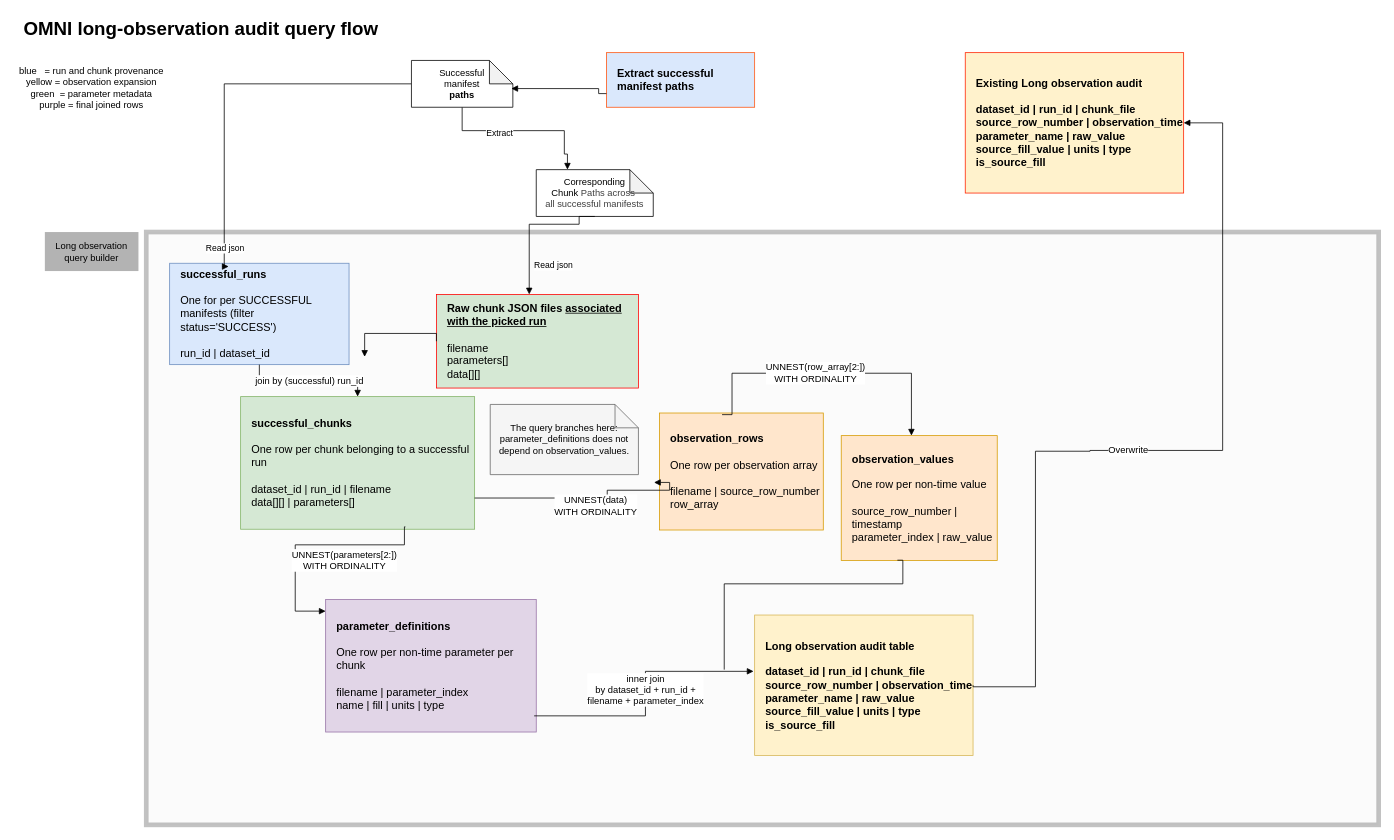
Earlier version of the draw.io diagram page "Rebuild flow" (4 of 8) of specs/omni-preproc.drawio (keithzyyy/space-weather-project). Source tidied: cells renumbered, new cells numbered last; positions are measured from the earlier drawing's top-left corner, leaving out a move shared by most shapes. Both pictures are drawn from the tidied source at 78%, with x=0, y=0 at pixel (13, 13).
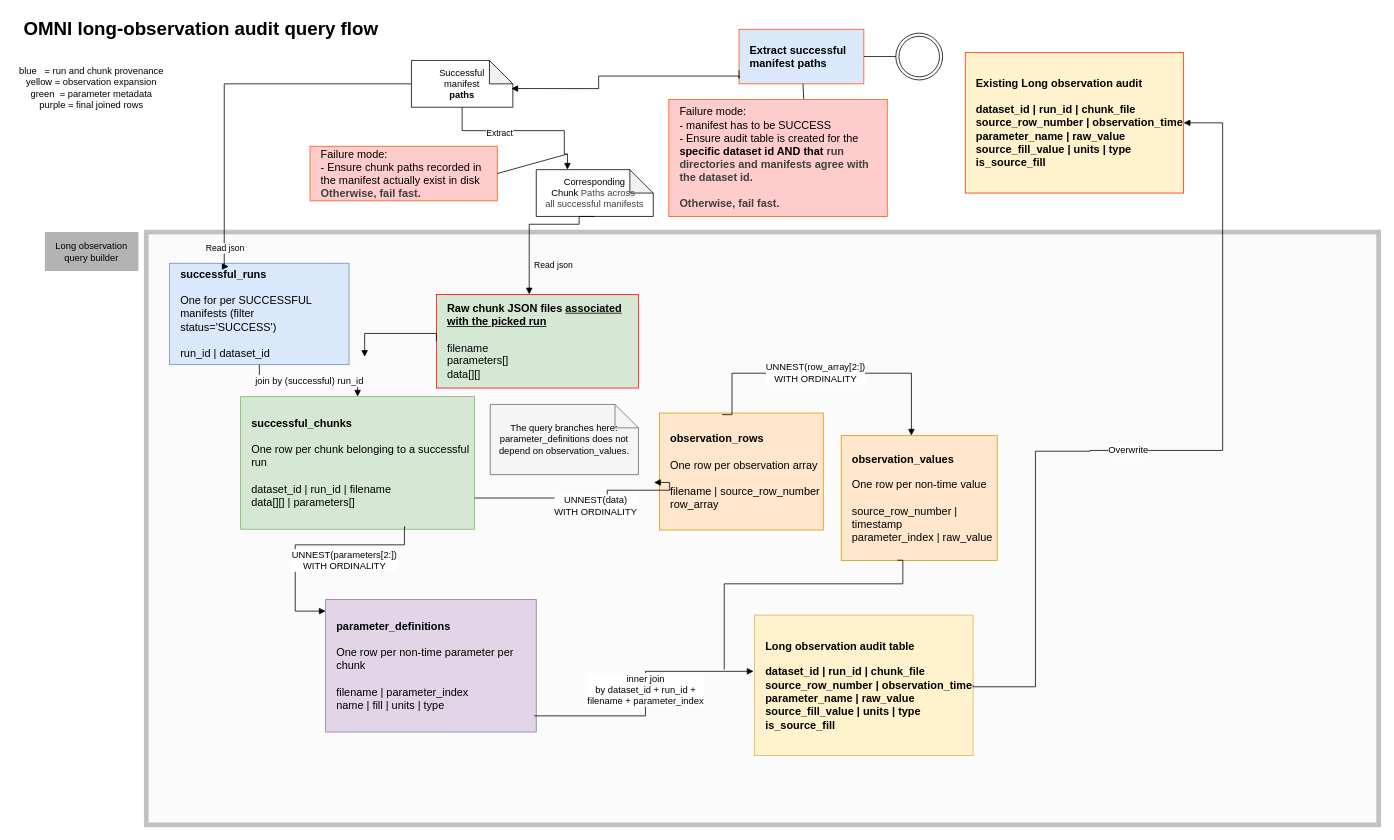
The same diagram, later.

Commit message (it also covers changes not shown here):
feat: add logic to validate dataset id as well as a complete high level diagrammatic flow of omni audit preproc

The change refers to these unchanged cells:
```xml
<mxCell id="31" value="Successful&lt;div&gt;manifest&lt;/div&gt;&lt;div&gt;&lt;b&gt;paths&lt;/b&gt;&lt;/div&gt;" style="shape=note;whiteSpace=wrap;html=1;backgroundOutline=1;darkOpacity=0.05;" parent="1" vertex="1">
  <mxGeometry x="510" y="60" width="130" height="60" as="geometry" />
</mxCell>
```

Change to the diagram source:
```diff
@@
     <mxCell id="4" value="&lt;div&gt;&lt;b&gt;&lt;br&gt;&lt;/b&gt;&lt;/div&gt;&lt;b&gt;&lt;div&gt;&lt;b&gt;&lt;br&gt;&lt;/b&gt;&lt;/div&gt;Extract successful manifest paths&lt;/b&gt;&lt;div&gt;&lt;br&gt;&lt;/div&gt;&lt;div&gt;&lt;br&gt;&lt;/div&gt;" style="rounded=0;whiteSpace=wrap;html=1;fillColor=#DAE8FC;strokeColor=#FF550F;align=left;spacingLeft=12;fontSize=14;shadow=0;" parent="1" vertex="1">
-      <mxGeometry x="760" y="50" width="190" height="70" as="geometry" />
+      <mxGeometry x="930" y="20" width="160" height="70" as="geometry" />
     </mxCell>
@@
     <mxCell id="32" style="edgeStyle=orthogonalEdgeStyle;rounded=0;jettySize=auto;html=1;endArrow=block;endFill=1;fontSize=12;exitX=0;exitY=0.75;exitDx=0;exitDy=0;entryX=0.985;entryY=0.601;entryDx=0;entryDy=0;entryPerimeter=0;" parent="1" edge="1" source="4" target="31">
       <mxGeometry relative="1" as="geometry">
         <Array as="points">
-          <mxPoint x="750" y="103" />
+          <mxPoint x="930" y="83" />
+          <mxPoint x="930" y="80" />
+          <mxPoint x="750" y="80" />
           <mxPoint x="750" y="96" />
         </Array>
       </mxGeometry>
     </mxCell>
+    <mxCell id="33" value="Failure mode:&lt;br&gt;&lt;div&gt;- Ensure chunk paths recorded in the manifest actually exist in disk&lt;/div&gt;&lt;div&gt;&lt;b style=&quot;color: rgb(63, 63, 63); background-color: transparent;&quot;&gt;Otherwise, fail fast.&lt;/b&gt;&lt;/div&gt;" style="rounded=0;whiteSpace=wrap;html=1;fillColor=#FFCCCC;strokeColor=#FF550F;align=left;spacingLeft=12;fontSize=14;shadow=0;" parent="1" vertex="1">
+      <mxGeometry x="380" y="170" width="240" height="70" as="geometry" />
+    </mxCell>
+    <mxCell id="34" style="rounded=0;jettySize=auto;html=1;endArrow=;endFill=1;fontSize=12;entryX=1;entryY=0.5;entryDx=0;entryDy=0;" parent="1" edge="1" target="33">
+      <mxGeometry relative="1" as="geometry">
+        <mxPoint x="710" y="180" as="sourcePoint" />
+      </mxGeometry>
+    </mxCell>
+    <mxCell id="35" style="rounded=0;jettySize=auto;html=1;endArrow=;endFill=1;fontSize=12;entryX=0.619;entryY=0.038;entryDx=0;entryDy=0;entryPerimeter=0;" parent="1" edge="1" source="4" target="36">
+      <mxGeometry relative="1" as="geometry" />
+    </mxCell>
+    <mxCell id="36" value="Failure mode:&lt;div&gt;&lt;font color=&quot;#000000&quot;&gt;- manifest has to be SUCCESS&lt;br&gt;&lt;/font&gt;&lt;div&gt;- Ensure audit table is created for the &lt;b&gt;specific dataset&lt;/b&gt; &lt;b&gt;id AND that&amp;nbsp;&lt;/b&gt;&lt;b style=&quot;color: rgb(63, 63, 63); background-color: transparent;&quot;&gt;run directories and manifests agree with the dataset id.&lt;/b&gt;&lt;/div&gt;&lt;div&gt;&lt;b style=&quot;color: rgb(63, 63, 63); background-color: transparent;&quot;&gt;&lt;br&gt;&lt;/b&gt;&lt;/div&gt;&lt;div&gt;&lt;b style=&quot;color: rgb(63, 63, 63); background-color: transparent;&quot;&gt;Otherwise, fail fast.&lt;/b&gt;&lt;/div&gt;&lt;/div&gt;" style="rounded=0;whiteSpace=wrap;html=1;fillColor=#FFCCCC;strokeColor=#FF550F;align=left;spacingLeft=12;fontSize=14;shadow=0;" parent="1" vertex="1">
+      <mxGeometry x="840" y="110" width="280" height="150" as="geometry" />
+    </mxCell>
+    <mxCell id="37" style="ellipse;shape=doubleEllipse;html=1;dashed=0;whiteSpace=wrap;" parent="1" vertex="1">
+      <mxGeometry x="1131" y="25" width="60" height="60" as="geometry" />
+    </mxCell>
+    <mxCell id="38" style="rounded=0;jettySize=auto;html=1;endArrow=;endFill=1;fontSize=12;exitX=0;exitY=0.5;exitDx=0;exitDy=0;" parent="1" edge="1" source="37">
+      <mxGeometry relative="1" as="geometry">
+        <mxPoint x="1090" y="55" as="targetPoint" />
+      </mxGeometry>
+    </mxCell>
```
